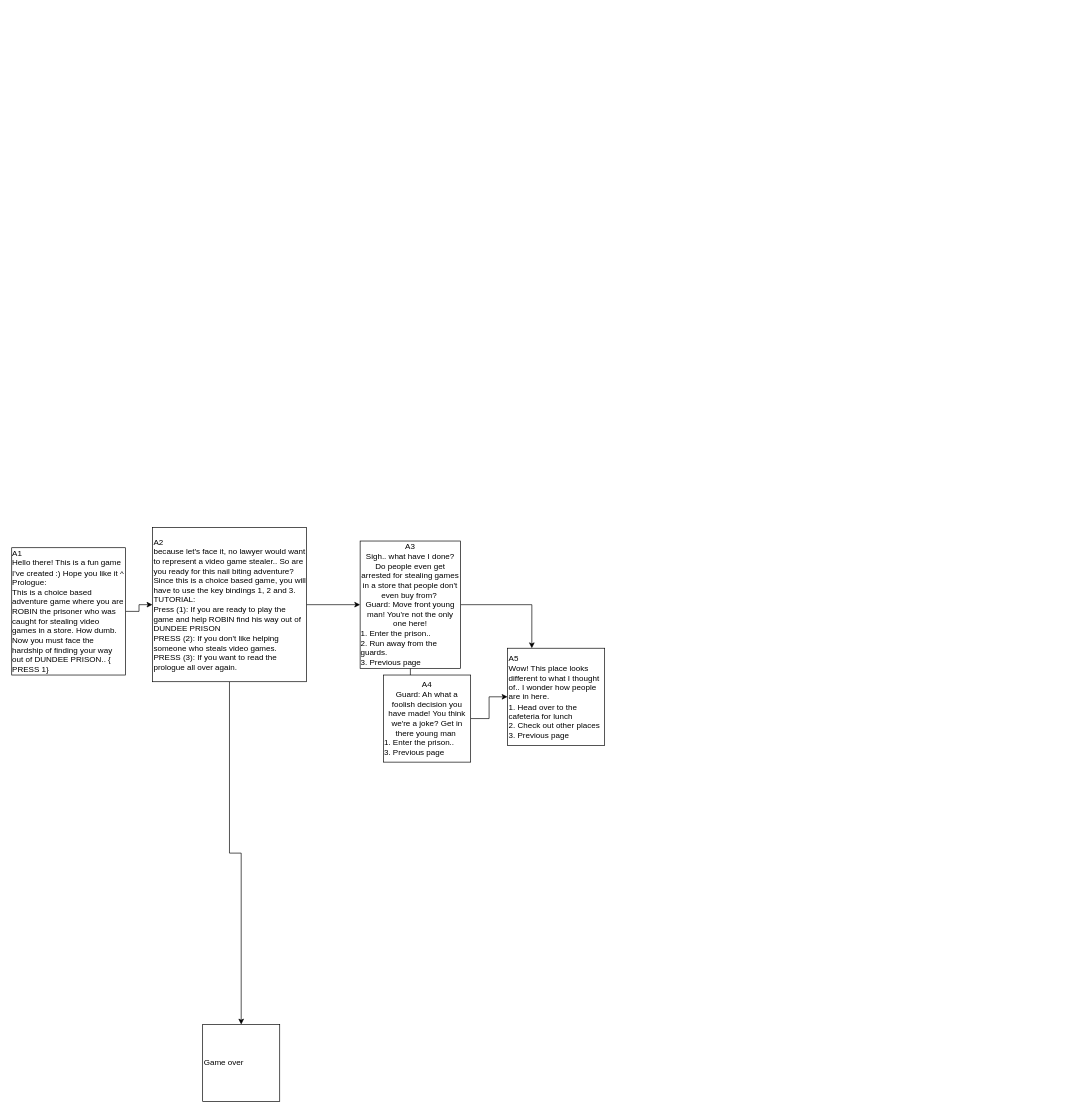
akshayprakash7/build-your-own-x keeps this draw.io diagram as try.drawio. Above is the earlier version. Source tidied: cells renumbered, new cells numbered last; positions are measured from the earlier drawing's top-left corner, leaving out a move shared by most shapes. Both pictures are drawn from the tidied source at 67%, with x=0, y=0 at pixel (11, 527).
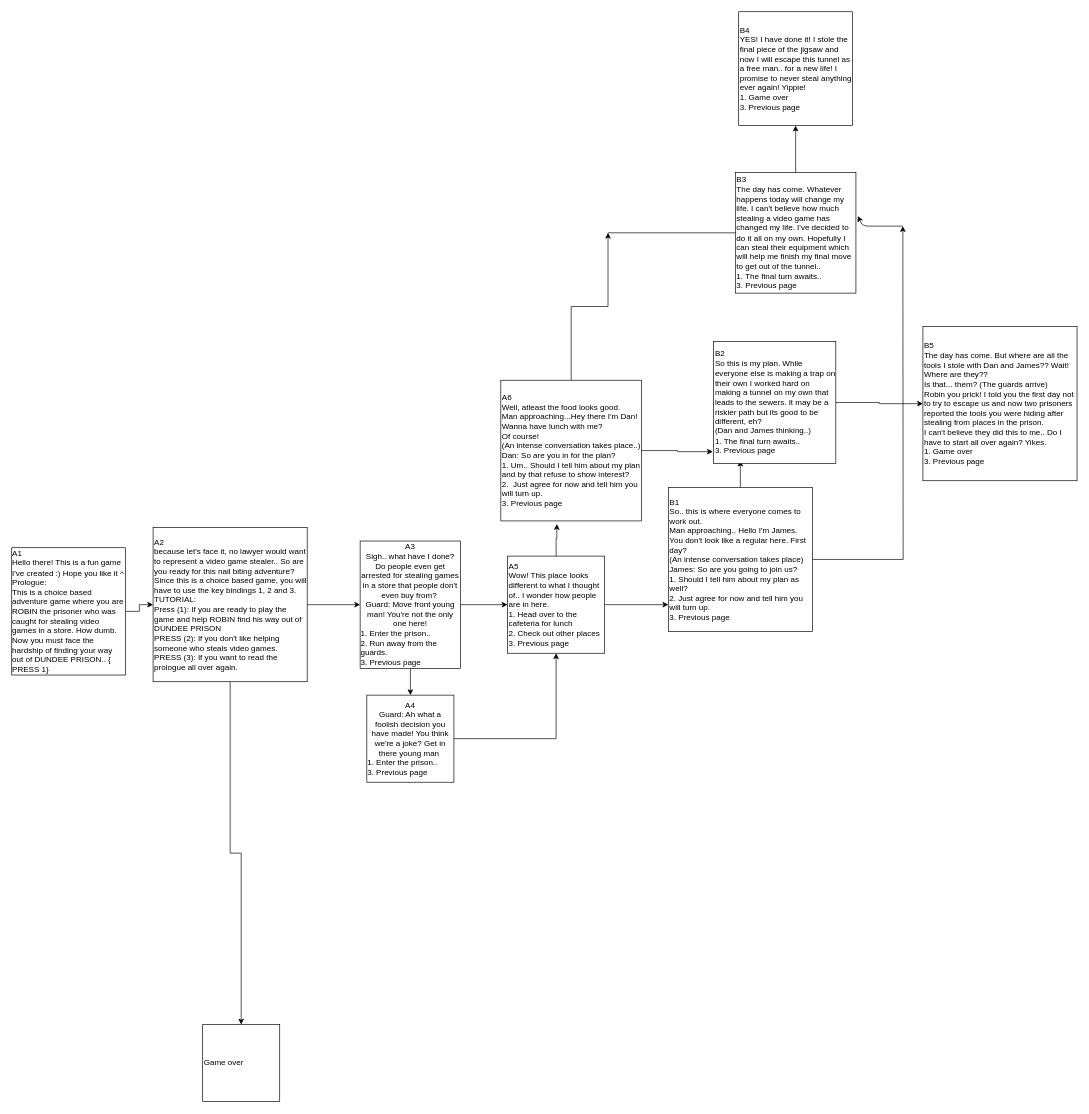
The same diagram, later.

Unchanged cells that the change refers to:
```xml
<mxCell id="10" value="A3&lt;br&gt;Sigh.. what have I done? Do people even get arrested for stealing games in a store that people don't even buy from?&amp;nbsp;&lt;br&gt;Guard: Move front young man! You're not the only one here!&lt;br&gt;&lt;div style=&quot;text-align: left&quot;&gt;&lt;span&gt;1. Enter the prison..&lt;/span&gt;&lt;/div&gt;&lt;div style=&quot;text-align: left&quot;&gt;&lt;span&gt;2. Run away from the guards.&lt;/span&gt;&lt;/div&gt;&lt;div style=&quot;text-align: left&quot;&gt;&lt;span&gt;3. Previous page&lt;/span&gt;&lt;/div&gt;" style="rounded=0;whiteSpace=wrap;html=1;" parent="1" vertex="1">
  <mxGeometry x="520" y="20" width="150" height="190" as="geometry" />
</mxCell>
```

Diff of the diagram source:
```diff
@@
     <mxCell id="6" value="A2&lt;br&gt;because let's face it, no lawyer would want to represent a video game stealer.. So are you ready for this nail biting adventure?&amp;nbsp;&lt;br&gt;Since this is a choice based game, you will have to use the key bindings 1, 2 and 3.&amp;nbsp;&lt;br&gt;TUTORIAL:&amp;nbsp;&lt;br&gt;Press (1): If you are ready to play the game and help ROBIN find his way out of DUNDEE PRISON&amp;nbsp;&lt;br&gt;PRESS (2): If you don't like helping someone who steals video games.&lt;br&gt;PRESS (3): If you want to read the prologue all over again." style="whiteSpace=wrap;html=1;align=left;" parent="1" vertex="1">
-      <mxGeometry x="210" width="230" height="230" as="geometry" />
+      <mxGeometry x="211" width="230" height="230" as="geometry" />
     </mxCell>
@@
-    <mxCell id="9" style="edgeStyle=orthogonalEdgeStyle;rounded=0;jettySize=auto;html=1;entryX=0.25;entryY=0;entryDx=0;entryDy=0;" parent="1" edge="1" source="10" target="14">
+    <mxCell id="9" style="edgeStyle=orthogonalEdgeStyle;rounded=0;jettySize=auto;html=1;entryX=0;entryY=0.5;entryDx=0;entryDy=0;" parent="1" edge="1" source="10" target="14">
       <mxGeometry relative="1" as="geometry" />
     </mxCell>
@@
     <mxCell id="12" value="A4 &lt;br&gt;&lt;div&gt;&lt;span&gt;Guard: Ah what a foolish decision you have made! You think we're a joke? Get in there young man&amp;nbsp;&lt;/span&gt;&lt;/div&gt;&lt;div style=&quot;text-align: left&quot;&gt;&lt;span&gt;1. Enter the prison..&lt;/span&gt;&lt;/div&gt;&lt;div style=&quot;text-align: left&quot;&gt;&lt;span&gt;3. Previous page&lt;/span&gt;&lt;/div&gt;" style="whiteSpace=wrap;html=1;" parent="1" vertex="1">
-      <mxGeometry x="555" y="220" width="130" height="130" as="geometry" />
+      <mxGeometry x="530" y="250" width="130" height="130" as="geometry" />
     </mxCell>
@@
+    <mxCell id="15" style="edgeStyle=orthogonalEdgeStyle;rounded=0;jettySize=auto;html=1;" parent="1" edge="1" source="14">
+      <mxGeometry relative="1" as="geometry">
+        <mxPoint x="980" y="115" as="targetPoint" />
+        <Array as="points">
+          <mxPoint x="980" y="115" />
+        </Array>
+      </mxGeometry>
+    </mxCell>
+    <mxCell id="16" style="edgeStyle=orthogonalEdgeStyle;rounded=0;jettySize=auto;html=1;entryX=0.398;entryY=1.022;entryDx=0;entryDy=0;entryPerimeter=0;" parent="1" edge="1" source="14" target="19">
+      <mxGeometry relative="1" as="geometry" />
+    </mxCell>
     <mxCell id="14" value="A5&lt;br&gt;Wow! This place looks different to what I thought of.. I wonder how people are in here.&lt;br&gt;1. Head over to the cafeteria for lunch&amp;nbsp;&lt;br&gt;2. Check out other places&lt;br&gt;3. Previous page&amp;nbsp; &amp;nbsp;" style="whiteSpace=wrap;html=1;align=left;" parent="1" vertex="1">
-      <mxGeometry x="740" y="180" width="145" height="145" as="geometry" />
+      <mxGeometry x="740" y="42.5" width="145" height="145" as="geometry" />
     </mxCell>
+    <mxCell id="17" style="edgeStyle=orthogonalEdgeStyle;rounded=0;jettySize=auto;html=1;entryX=-0.006;entryY=0.902;entryDx=0;entryDy=0;entryPerimeter=0;" parent="1" edge="1" source="19" target="24">
+      <mxGeometry relative="1" as="geometry" />
+    </mxCell>
+    <mxCell id="18" style="edgeStyle=orthogonalEdgeStyle;rounded=0;jettySize=auto;html=1;" parent="1" edge="1" source="19">
+      <mxGeometry relative="1" as="geometry">
+        <mxPoint x="890" y="-440" as="targetPoint" />
+        <Array as="points">
+          <mxPoint x="835" y="-330" />
+          <mxPoint x="890" y="-330" />
+        </Array>
+      </mxGeometry>
+    </mxCell>
+    <mxCell id="19" value="A6&amp;nbsp;&lt;br&gt;Well, atleast the food looks good.&amp;nbsp;&lt;br&gt;Man approaching...Hey there I'm Dan! Wanna have lunch with me?&lt;br&gt;Of course! &lt;br&gt;(An intense conversation takes place..) &lt;br&gt;Dan: So are you in for the plan?&amp;nbsp;&lt;br&gt;1. Um.. Should I tell him about my plan and by that refuse to show interest?&amp;nbsp;&amp;nbsp;&lt;br&gt;2.&amp;nbsp; Just agree for now and tell him you will turn up.&amp;nbsp;&lt;br&gt;3. Previous page" style="whiteSpace=wrap;html=1;align=left;" parent="1" vertex="1">
+      <mxGeometry x="730" y="-220" width="210" height="210" as="geometry" />
+    </mxCell>
+    <mxCell id="20" style="edgeStyle=orthogonalEdgeStyle;rounded=0;jettySize=auto;html=1;" parent="1" edge="1" source="22">
+      <mxGeometry relative="1" as="geometry">
+        <mxPoint x="1087.5" y="-100" as="targetPoint" />
+      </mxGeometry>
+    </mxCell>
+    <mxCell id="21" style="edgeStyle=orthogonalEdgeStyle;rounded=0;jettySize=auto;html=1;" parent="1" edge="1" source="22">
+      <mxGeometry relative="1" as="geometry">
+        <mxPoint x="1330" y="-450" as="targetPoint" />
+      </mxGeometry>
+    </mxCell>
+    <mxCell id="22" value="B1&lt;br&gt;So.. this is where everyone comes to work out.&amp;nbsp;&lt;br&gt;Man approaching.. Hello I'm James. You don't look like a regular here. First day?&amp;nbsp;&lt;br&gt;(An intense conversation takes place)&amp;nbsp;&lt;br&gt;James: So are you going to join us?&amp;nbsp;&lt;br&gt;1. Should I tell him about my plan as well?&amp;nbsp;&lt;br&gt;2. Just agree for now and tell him you will turn up.&amp;nbsp;&lt;br&gt;3. Previous page" style="whiteSpace=wrap;html=1;align=left;" parent="1" vertex="1">
+      <mxGeometry x="980" y="-60" width="215" height="215" as="geometry" />
+    </mxCell>
+    <mxCell id="23" style="edgeStyle=orthogonalEdgeStyle;rounded=0;jettySize=auto;html=1;" parent="1" edge="1" source="24" target="30">
+      <mxGeometry relative="1" as="geometry" />
+    </mxCell>
+    <mxCell id="24" value="B2&lt;br&gt;So this is my plan. While everyone else is making a trap on their own I worked hard on making a tunnel on my own that leads to the sewers. It may be a riskier path but its good to be different, eh?&amp;nbsp;&lt;br&gt;(Dan and James thinking..)&amp;nbsp;&lt;br&gt;1. The final turn awaits..&lt;br&gt;3. Previous page&amp;nbsp;" style="whiteSpace=wrap;html=1;align=left;" parent="1" vertex="1">
+      <mxGeometry x="1047.5" y="-278" width="182.5" height="182.5" as="geometry" />
+    </mxCell>
+    <mxCell id="25" style="edgeStyle=orthogonalEdgeStyle;rounded=0;jettySize=auto;html=1;entryX=0.5;entryY=1;entryDx=0;entryDy=0;" parent="1" edge="1" source="26" target="29">
+      <mxGeometry relative="1" as="geometry" />
+    </mxCell>
+    <mxCell id="26" value="B3&lt;br&gt;The day has come. Whatever happens today will change my life. I can't believe how much stealing a video game has changed my life. I've decided to do it all on my own. Hopefully I can steal their equipment which will help me finish my final move to get out of the tunnel..&lt;br&gt;1. The final turn awaits..&lt;br&gt;3. Previous page&amp;nbsp;" style="whiteSpace=wrap;html=1;align=left;" parent="1" vertex="1">
+      <mxGeometry x="1080" y="-530" width="180" height="180" as="geometry" />
+    </mxCell>
+    <mxCell id="27" style="endArrow=none;html=1;entryX=0;entryY=0.5;entryDx=0;entryDy=0;" parent="1" edge="1" target="26">
+      <mxGeometry relative="1" as="geometry">
+        <mxPoint x="890" y="-440" as="sourcePoint" />
+        <Array as="points">
+          <mxPoint x="940" y="-440" />
+        </Array>
+      </mxGeometry>
+    </mxCell>
+    <mxCell id="28" style="endArrow=classic;html=1;entryX=1.016;entryY=0.361;entryDx=0;entryDy=0;entryPerimeter=0;" parent="1" edge="1" target="26">
+      <mxGeometry relative="1" as="geometry">
+        <mxPoint x="1330" y="-450" as="sourcePoint" />
+        <Array as="points">
+          <mxPoint x="1270" y="-450" />
+        </Array>
+      </mxGeometry>
+    </mxCell>
+    <mxCell id="29" value="B4&lt;br&gt;YES! I have done it! I stole the final piece of the jigsaw and now I will escape this tunnel as a free man.. for a new life! I promise to never steal anything ever again! Yippie!&amp;nbsp;&lt;br&gt;1. Game over&amp;nbsp;&lt;br&gt;3. Previous page&amp;nbsp;" style="whiteSpace=wrap;html=1;align=left;" parent="1" vertex="1">
+      <mxGeometry x="1085" y="-770" width="170" height="170" as="geometry" />
+    </mxCell>
+    <mxCell id="30" value="B5&lt;br&gt;The day has come. But where are all the tools I stole with Dan and James?? Wait! Where are they??&amp;nbsp;&lt;br&gt;Is that... them? (The guards arrive)&amp;nbsp;&lt;br&gt;Robin you prick! I told you the first day not to try to escape us and now two prisoners reported the tools you were hiding after stealing from places in the prison.&amp;nbsp;&lt;br&gt;I can't believe they did this to me.. Do I have to start all over again? Yikes.&amp;nbsp;&lt;br&gt;1. Game over&lt;br&gt;3. Previous page" style="whiteSpace=wrap;html=1;align=left;" parent="1" vertex="1">
+      <mxGeometry x="1360" y="-300" width="230" height="230" as="geometry" />
+    </mxCell>
```
